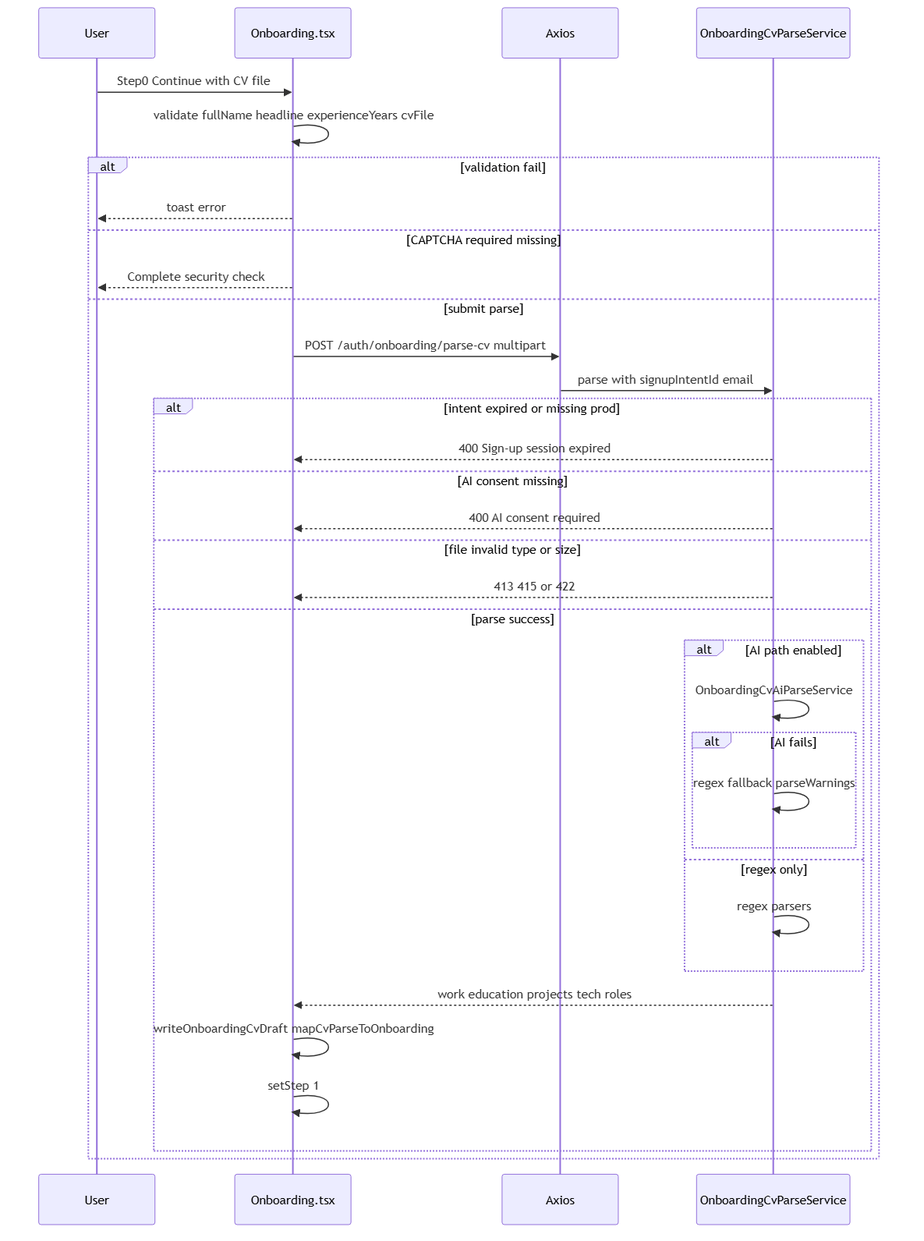
Before: pagesflow/signup-onboarding/diagrams/onboarding-phase1-cv-parse.png, a diagram exported from Mermaid (yugandharreddybana/NewCareers). Its source is kept beside it as pagesflow/signup-onboarding/diagrams/onboarding-phase1-cv-parse.mmd.
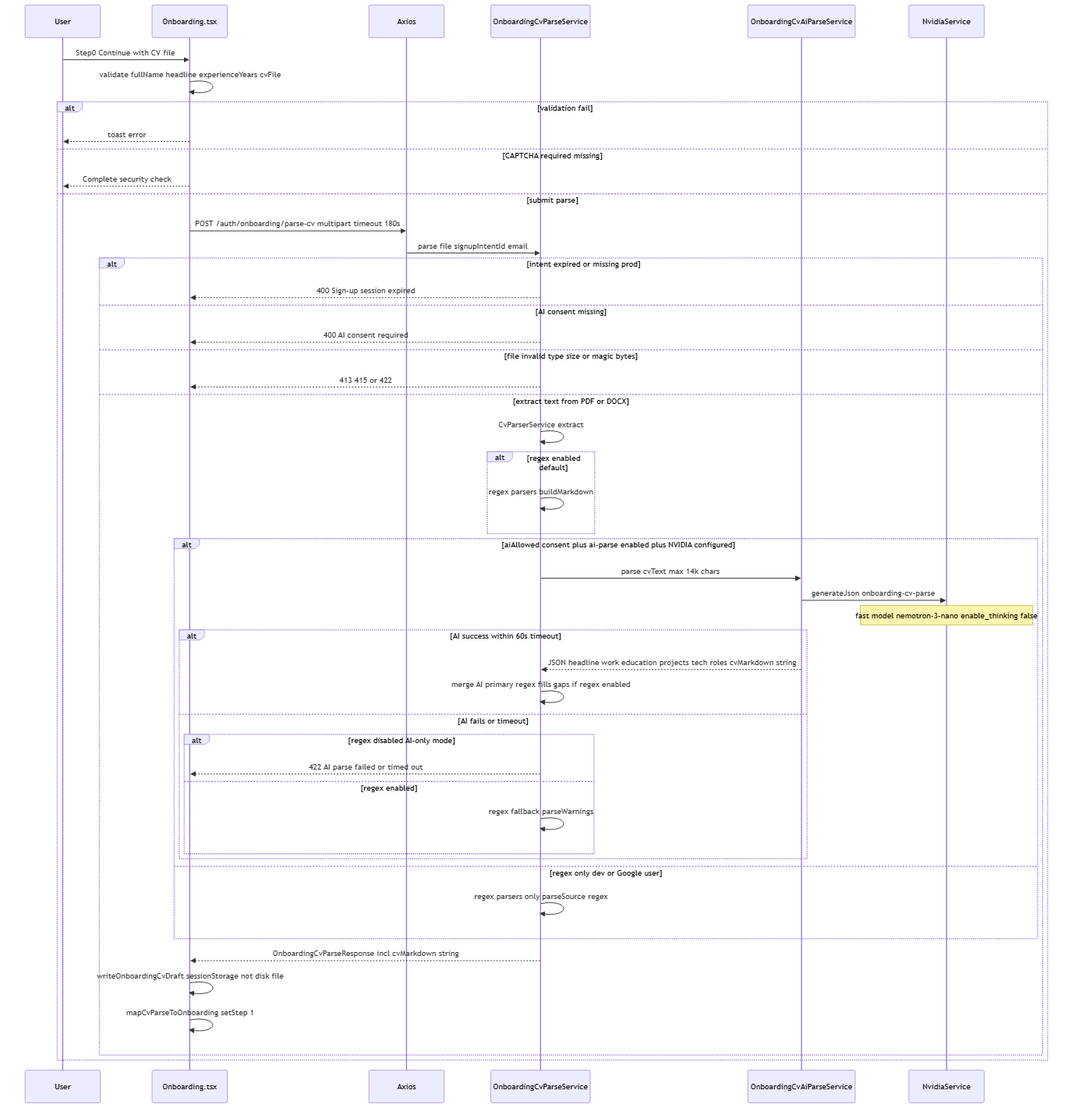
After the commit.

Diff of the diagram source:
```diff
@@ -3,6 +3,8 @@
     participant Onb as Onboarding.tsx
     participant Axios
     participant Java as OnboardingCvParseService
+    participant AI as OnboardingCvAiParseService
+    participant Nvidia as NvidiaService
 
     User->>Onb: Step0 Continue with CV file
     Onb->>Onb: validate fullName headline experienceYears cvFile
@@ -11,25 +13,38 @@
     else CAPTCHA required missing
         Onb-->>User: Complete security check
     else submit parse
-        Onb->>Axios: POST /auth/onboarding/parse-cv multipart
-        Axios->>Java: parse with signupIntentId email
+        Onb->>Axios: POST /auth/onboarding/parse-cv multipart timeout 180s
+        Axios->>Java: parse file signupIntentId email
         alt intent expired or missing prod
             Java-->>Onb: 400 Sign-up session expired
         else AI consent missing
             Java-->>Onb: 400 AI consent required
-        else file invalid type or size
+        else file invalid type size or magic bytes
             Java-->>Onb: 413 415 or 422
-        else parse success
-            alt AI path enabled
-                Java->>Java: OnboardingCvAiParseService
-                alt AI fails
-                    Java->>Java: regex fallback parseWarnings
+        else extract text from PDF or DOCX
+            Java->>Java: CvParserService extract
+            alt regex enabled default
+                Java->>Java: regex parsers buildMarkdown
+            end
+            alt aiAllowed consent plus ai-parse enabled plus NVIDIA configured
+                Java->>AI: parse cvText max 14k chars
+                AI->>Nvidia: generateJson onboarding-cv-parse
+                Note over Nvidia: fast model nemotron-3-nano enable_thinking false
+                alt AI success within 60s timeout
+                    AI-->>Java: JSON headline work education projects tech roles cvMarkdown string
+                    Java->>Java: merge AI primary regex fills gaps if regex enabled
+                else AI fails or timeout
+                    alt regex disabled AI-only mode
+                        Java-->>Onb: 422 AI parse failed or timed out
+                    else regex enabled
+                        Java->>Java: regex fallback parseWarnings
+                    end
                 end
-            else regex only
-                Java->>Java: regex parsers
+            else regex only dev or Google user
+                Java->>Java: regex parsers only parseSource regex
             end
-            Java-->>Onb: work education projects tech roles
-            Onb->>Onb: writeOnboardingCvDraft mapCvParseToOnboarding
-            Onb->>Onb: setStep 1
+            Java-->>Onb: OnboardingCvParseResponse incl cvMarkdown string
+            Onb->>Onb: writeOnboardingCvDraft sessionStorage not disk file
+            Onb->>Onb: mapCvParseToOnboarding setStep 1
         end
     end
```
